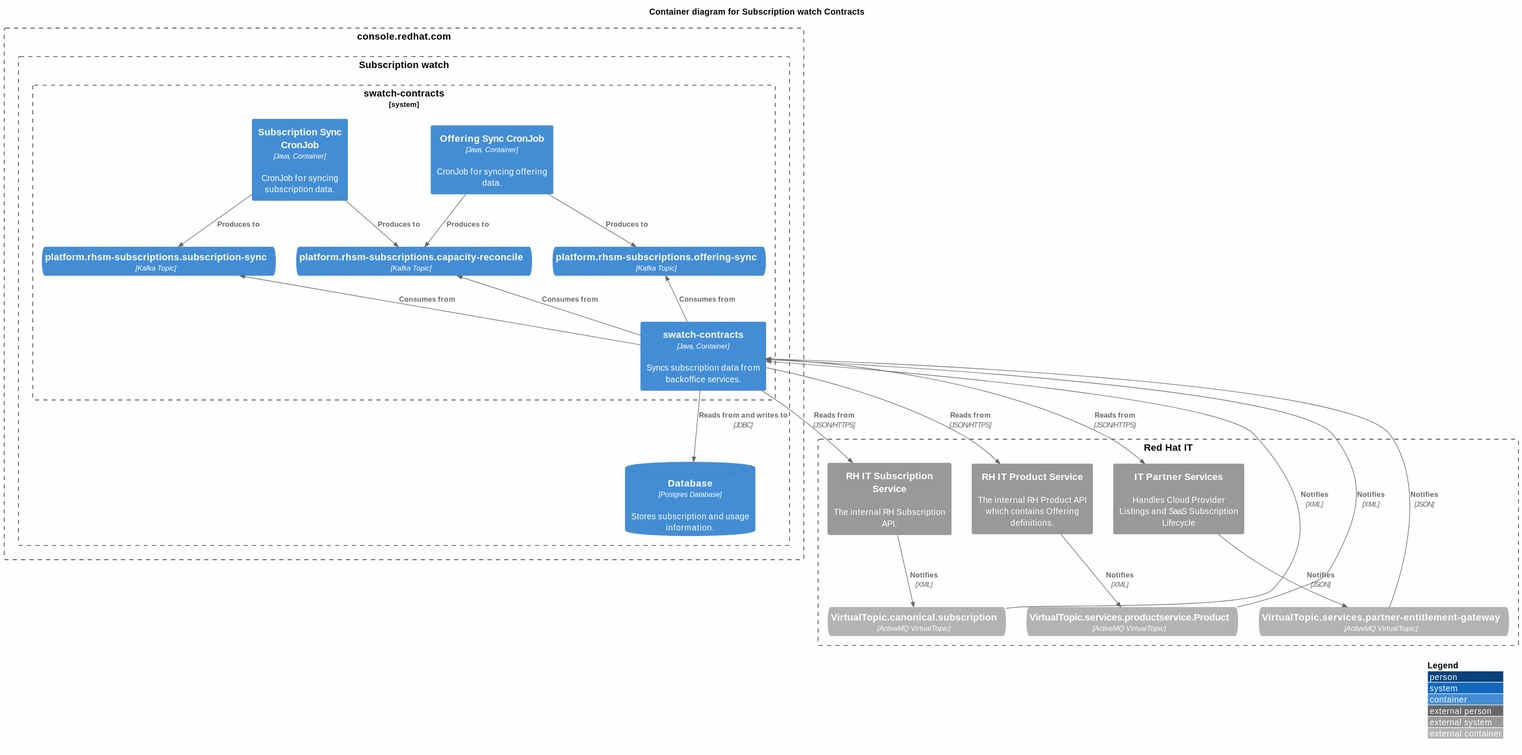
RedHatInsights/rhsm-subscriptions keeps this PlantUML diagram as docs/container-subscription-sync.svg. Above is the earlier version. Its diagram source:
```plantuml
@startuml
!include <C4/C4_Container>

skinparam backgroundColor #FEFEFE

LAYOUT_WITH_LEGEND()

title Container diagram for Subscription watch Contracts

Boundary(crc, console.redhat.com) {
  Boundary(swatch, "Subscription watch") {
    System_Boundary(subscription_sync, "swatch-contracts") {
      Container(subscription_sync_job, "Subscription Sync CronJob", "Java, Container", "CronJob for syncing subscription data.")
      Container(offering_sync_job, "Offering Sync CronJob", "Java, Container", "CronJob for syncing offering data.")
      Container(contracts, "swatch-contracts", "Java, Container", "Syncs subscription data from backoffice services.")
      ContainerQueue(offering_sync_tasks, "platform.rhsm-subscriptions.offering-sync", "Kafka Topic")
      ContainerQueue(capacity_reconcile_tasks, "platform.rhsm-subscriptions.capacity-reconcile", "Kafka Topic")
      ContainerQueue(subscription_sync_tasks, "platform.rhsm-subscriptions.subscription-sync", "Kafka Topic")
    }
    ContainerDb(db, "Database", "Postgres Database", "Stores subscription and usage information.")
  }
}

Boundary(rhit, "Red Hat IT") {
  System_Ext(rhit_subscriptions, "RH IT Subscription Service", "The internal RH Subscription API.")
  System_Ext(rhit_product, "RH IT Product Service", "The internal RH Product API which contains Offering definitions.")
  System_Ext(partnergw, "IT Partner Services", "Handles Cloud Provider Listings and SaaS Subscription Lifecycle")
  ContainerQueue_Ext(rhit_umb_subscription, "VirtualTopic.canonical.subscription", "ActiveMQ VirtualTopic")
  ContainerQueue_Ext(rhit_umb_product, "VirtualTopic.canonical.operationalProduct", "ActiveMQ VirtualTopic")
  ContainerQueue_Ext(rhit_contracts, "VirtualTopic.services.partner-entitlement-gateway", "ActiveMQ VirtualTopic")
}

Rel(subscription_sync_job, subscription_sync_tasks, "Produces to")
Rel(subscription_sync_job, capacity_reconcile_tasks, "Produces to")
Rel(offering_sync_job, offering_sync_tasks, "Produces to")
Rel(offering_sync_job, capacity_reconcile_tasks, "Produces to")
Rel_Back(subscription_sync_tasks, contracts, "Consumes from")
Rel_Back(capacity_reconcile_tasks, contracts, "Consumes from")
Rel_Back(offering_sync_tasks, contracts, "Consumes from")
Rel(contracts, db, "Reads from and writes to", "JDBC")
Rel(contracts, rhit_subscriptions, "Reads from", "JSON/HTTPS")
Rel_Back(contracts, rhit_umb_subscription, "Notifies", "XML")
Rel_Back(contracts, rhit_umb_product, "Notifies", "XML")
Rel_Back(contracts, rhit_contracts, "Notifies", "JSON")
Rel(contracts, rhit_product, "Reads from", "JSON/HTTPS")
Rel(contracts, partnergw, "Reads from", "JSON/HTTPS")
Rel(rhit_product, rhit_umb_product, "Notifies", "XML")
Rel(rhit_subscriptions, rhit_umb_subscription, "Notifies", "XML")
Rel(partnergw, rhit_contracts, "Notifies", "JSON")
@enduml
```
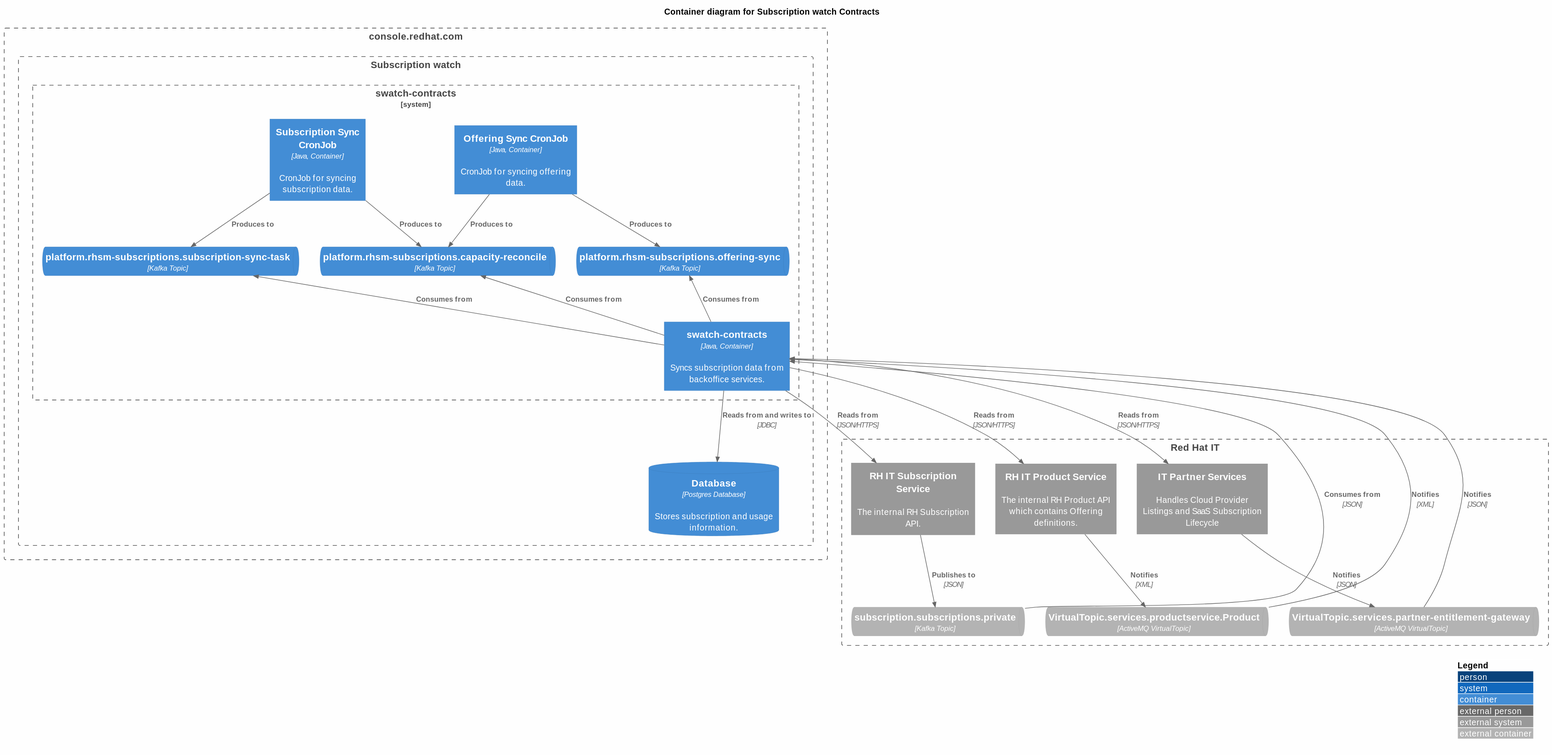
After the change.

What changed in the source:
```diff
@@ -15,7 +15,7 @@
       Container(contracts, "swatch-contracts", "Java, Container", "Syncs subscription data from backoffice services.")
       ContainerQueue(offering_sync_tasks, "platform.rhsm-subscriptions.offering-sync", "Kafka Topic")
       ContainerQueue(capacity_reconcile_tasks, "platform.rhsm-subscriptions.capacity-reconcile", "Kafka Topic")
-      ContainerQueue(subscription_sync_tasks, "platform.rhsm-subscriptions.subscription-sync", "Kafka Topic")
+      ContainerQueue(subscription_sync_tasks, "platform.rhsm-subscriptions.subscription-sync-task", "Kafka Topic")
     }
     ContainerDb(db, "Database", "Postgres Database", "Stores subscription and usage information.")
   }
@@ -25,8 +25,8 @@
   System_Ext(rhit_subscriptions, "RH IT Subscription Service", "The internal RH Subscription API.")
   System_Ext(rhit_product, "RH IT Product Service", "The internal RH Product API which contains Offering definitions.")
   System_Ext(partnergw, "IT Partner Services", "Handles Cloud Provider Listings and SaaS Subscription Lifecycle")
-  ContainerQueue_Ext(rhit_umb_subscription, "VirtualTopic.canonical.subscription", "ActiveMQ VirtualTopic")
-  ContainerQueue_Ext(rhit_umb_product, "VirtualTopic.canonical.operationalProduct", "ActiveMQ VirtualTopic")
+  ContainerQueue_Ext(rhit_kafka_subscription, "subscription.subscriptions.private", "Kafka Topic")
+  ContainerQueue_Ext(rhit_umb_product, "VirtualTopic.services.productservice.Product", "ActiveMQ VirtualTopic")
   ContainerQueue_Ext(rhit_contracts, "VirtualTopic.services.partner-entitlement-gateway", "ActiveMQ VirtualTopic")
 }
 
@@ -39,12 +39,12 @@
 Rel_Back(offering_sync_tasks, contracts, "Consumes from")
 Rel(contracts, db, "Reads from and writes to", "JDBC")
 Rel(contracts, rhit_subscriptions, "Reads from", "JSON/HTTPS")
-Rel_Back(contracts, rhit_umb_subscription, "Notifies", "XML")
+Rel_Back(contracts, rhit_kafka_subscription, "Consumes from", "JSON")
 Rel_Back(contracts, rhit_umb_product, "Notifies", "XML")
 Rel_Back(contracts, rhit_contracts, "Notifies", "JSON")
 Rel(contracts, rhit_product, "Reads from", "JSON/HTTPS")
 Rel(contracts, partnergw, "Reads from", "JSON/HTTPS")
 Rel(rhit_product, rhit_umb_product, "Notifies", "XML")
-Rel(rhit_subscriptions, rhit_umb_subscription, "Notifies", "XML")
+Rel(rhit_subscriptions, rhit_kafka_subscription, "Publishes to", "JSON")
 Rel(partnergw, rhit_contracts, "Notifies", "JSON")
 @enduml
```
